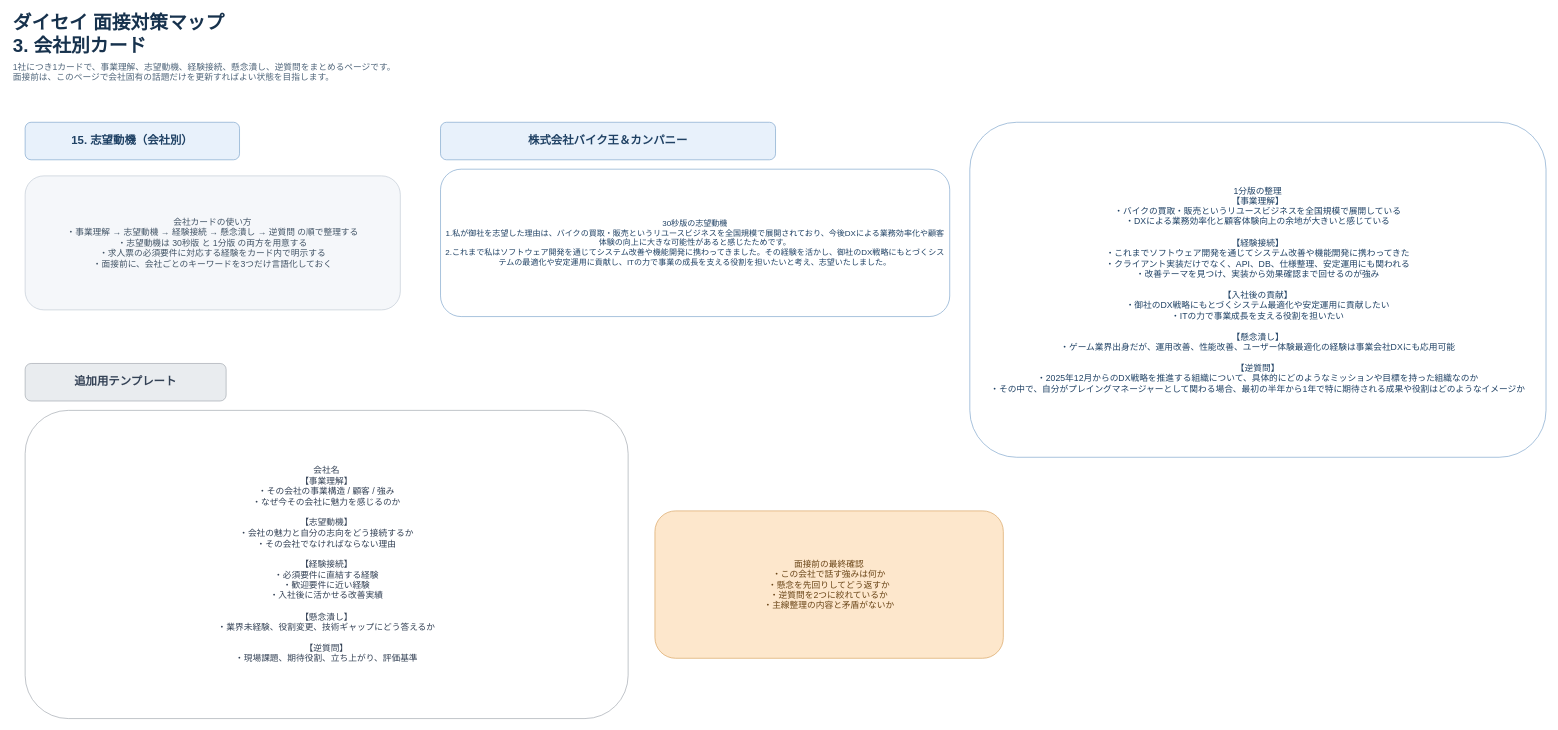
bodacheng/ForInterview keeps this draw.io diagram as page "3. 会社別カード" (3 of 4) of interview-prep-structure.drawio. Above is the earlier version. Source tidied: cells renumbered, new cells numbered last; positions are measured from the earlier drawing's top-left corner, leaving out a move shared by most shapes. Both pictures are drawn from the tidied source at 67%, with x=0, y=0 at pixel (11, 15).
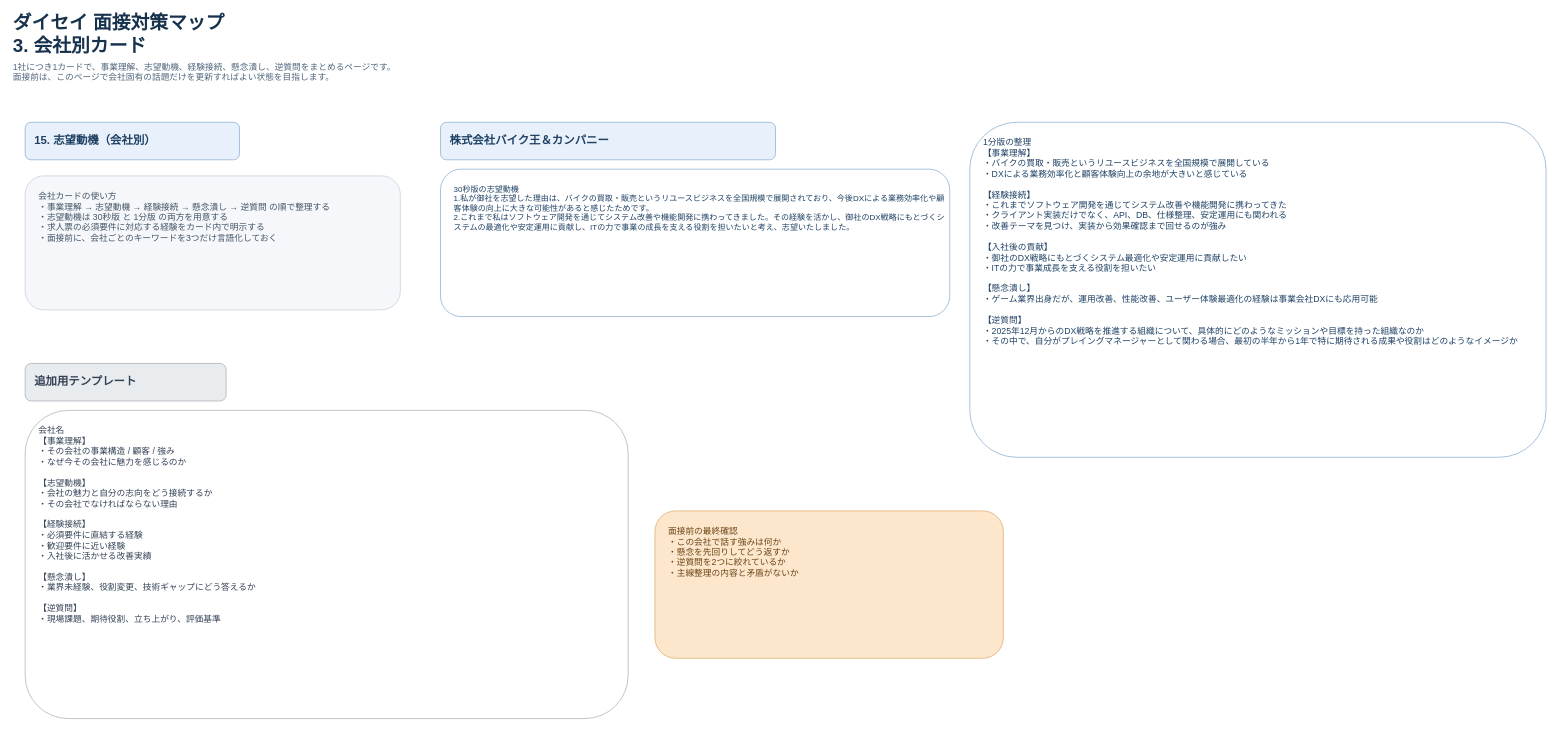
The same diagram, later.

Diff of the diagram source:
```diff
@@
 <mxGraphModel>
   <root>
     <mxCell id="0" />
     <mxCell id="1" parent="0" />
     <mxCell id="2" value="ダイセイ 面接対策マップ&#10;3. 会社別カード" style="text;html=1;strokeColor=none;fillColor=none;align=left;verticalAlign=middle;whiteSpace=wrap;rounded=0;fontSize=28;fontStyle=1;fontColor=#17324D;" parent="1" vertex="1">
       <mxGeometry width="760" height="56" as="geometry" />
     </mxCell>
     <mxCell id="3" value="1社につき1カードで、事業理解、志望動機、経験接続、懸念潰し、逆質問をまとめるページです。&#10;面接前は、このページで会社固有の話題だけを更新すればよい状態を目指します。" style="text;html=1;strokeColor=none;fillColor=none;align=left;verticalAlign=middle;whiteSpace=wrap;rounded=0;fontSize=13;fontColor=#4F657A;" parent="1" vertex="1">
       <mxGeometry y="60" width="1200" height="50" as="geometry" />
     </mxCell>
-    <mxCell id="4" value="15. 志望動機（会社別）" style="rounded=1;whiteSpace=wrap;html=1;fillColor=#E8F1FB;strokeColor=#7EA5CC;fontStyle=1;fontSize=17;fontColor=#1F4164;arcSize=16;" parent="1" vertex="1">
+    <mxCell id="4" value="15. 志望動機（会社別）" style="rounded=1;whiteSpace=wrap;html=1;align=left;verticalAlign=middle;spacingLeft=12;fillColor=#E8F1FB;strokeColor=#7EA5CC;fontStyle=1;fontSize=17;fontColor=#1F4164;arcSize=16;" parent="1" vertex="1">
       <mxGeometry x="20" y="160" width="320" height="56" as="geometry" />
     </mxCell>
-    <mxCell id="5" value="会社カードの使い方&#10;・事業理解 → 志望動機 → 経験接続 → 懸念潰し → 逆質問 の順で整理する&#10;・志望動機は 30秒版 と 1分版 の両方を用意する&#10;・求人票の必須要件に対応する経験をカード内で明示する&#10;・面接前に、会社ごとのキーワードを3つだけ言語化しておく" style="rounded=1;whiteSpace=wrap;html=1;fillColor=#F5F7FA;strokeColor=#C2CBD6;fontSize=13;fontColor=#425466;spacing=8;arcSize=14;" parent="1" vertex="1">
+    <mxCell id="5" value="会社カードの使い方&#10;・事業理解 → 志望動機 → 経験接続 → 懸念潰し → 逆質問 の順で整理する&#10;・志望動機は 30秒版 と 1分版 の両方を用意する&#10;・求人票の必須要件に対応する経験をカード内で明示する&#10;・面接前に、会社ごとのキーワードを3つだけ言語化しておく" style="rounded=1;whiteSpace=wrap;html=1;align=left;verticalAlign=top;spacing=8;spacingLeft=12;spacingTop=10;fillColor=#F5F7FA;strokeColor=#C2CBD6;fontSize=13;fontColor=#425466;arcSize=14;" parent="1" vertex="1">
       <mxGeometry x="20" y="240" width="560" height="200" as="geometry" />
     </mxCell>
-    <mxCell id="6" value="株式会社バイク王＆カンパニー" style="rounded=1;whiteSpace=wrap;html=1;fillColor=#E8F1FB;strokeColor=#7EA5CC;fontStyle=1;fontSize=17;fontColor=#1F4164;arcSize=16;" parent="1" vertex="1">
+    <mxCell id="6" value="株式会社バイク王＆カンパニー" style="rounded=1;whiteSpace=wrap;html=1;align=left;verticalAlign=middle;spacingLeft=12;fillColor=#E8F1FB;strokeColor=#7EA5CC;fontStyle=1;fontSize=17;fontColor=#1F4164;arcSize=16;" parent="1" vertex="1">
       <mxGeometry x="640" y="160" width="500" height="56" as="geometry" />
     </mxCell>
-    <mxCell id="7" value="30秒版の志望動機&lt;br&gt;1.私が御社を志望した理由は、バイクの買取・販売というリユースビジネスを全国規模で展開されており、今後DXによる業務効率化や顧客体験の向上に大きな可能性があると感じたためです。&lt;div&gt;2.これまで私はソフトウェア開発を通じてシステム改善や機能開発に携わってきました。その経験を活かし、御社のDX戦略にもとづくシステムの最適化や安定運用に貢献し、ITの力で事業の成長を支える役割を担いたいと考え、志望いたしました。&lt;/div&gt;" style="rounded=1;whiteSpace=wrap;html=1;fillColor=#FFFFFF;strokeColor=#7EA5CC;fontSize=12;fontColor=#1F4164;spacing=8;arcSize=14;" parent="1" vertex="1">
+    <mxCell id="7" value="30秒版の志望動機&lt;br&gt;1.私が御社を志望した理由は、バイクの買取・販売というリユースビジネスを全国規模で展開されており、今後DXによる業務効率化や顧客体験の向上に大きな可能性があると感じたためです。&lt;div&gt;2.これまで私はソフトウェア開発を通じてシステム改善や機能開発に携わってきました。その経験を活かし、御社のDX戦略にもとづくシステムの最適化や安定運用に貢献し、ITの力で事業の成長を支える役割を担いたいと考え、志望いたしました。&lt;/div&gt;" style="rounded=1;whiteSpace=wrap;html=1;align=left;verticalAlign=top;spacing=8;spacingLeft=12;spacingTop=10;fillColor=#FFFFFF;strokeColor=#7EA5CC;fontSize=12;fontColor=#1F4164;arcSize=14;" parent="1" vertex="1">
       <mxGeometry x="640" y="230" width="760" height="220" as="geometry" />
     </mxCell>
-    <mxCell id="8" value="1分版の整理&#10;【事業理解】&#10;・バイクの買取・販売というリユースビジネスを全国規模で展開している&#10;・DXによる業務効率化と顧客体験向上の余地が大きいと感じている&#10;&#10;【経験接続】&#10;・これまでソフトウェア開発を通じてシステム改善や機能開発に携わってきた&#10;・クライアント実装だけでなく、API、DB、仕様整理、安定運用にも関われる&#10;・改善テーマを見つけ、実装から効果確認まで回せるのが強み&#10;&#10;【入社後の貢献】&#10;・御社のDX戦略にもとづくシステム最適化や安定運用に貢献したい&#10;・ITの力で事業成長を支える役割を担いたい&#10;&#10;【懸念潰し】&#10;・ゲーム業界出身だが、運用改善、性能改善、ユーザー体験最適化の経験は事業会社DXにも応用可能&#10;&#10;【逆質問】&#10;・2025年12月からのDX戦略を推進する組織について、具体的にどのようなミッションや目標を持った組織なのか&#10;・その中で、自分がプレイングマネージャーとして関わる場合、最初の半年から1年で特に期待される成果や役割はどのようなイメージか" style="rounded=1;whiteSpace=wrap;html=1;fillColor=#FFFFFF;strokeColor=#7EA5CC;fontSize=13;fontColor=#1F4164;spacing=8;arcSize=14;" parent="1" vertex="1">
+    <mxCell id="8" value="1分版の整理&#10;【事業理解】&#10;・バイクの買取・販売というリユースビジネスを全国規模で展開している&#10;・DXによる業務効率化と顧客体験向上の余地が大きいと感じている&#10;&#10;【経験接続】&#10;・これまでソフトウェア開発を通じてシステム改善や機能開発に携わってきた&#10;・クライアント実装だけでなく、API、DB、仕様整理、安定運用にも関われる&#10;・改善テーマを見つけ、実装から効果確認まで回せるのが強み&#10;&#10;【入社後の貢献】&#10;・御社のDX戦略にもとづくシステム最適化や安定運用に貢献したい&#10;・ITの力で事業成長を支える役割を担いたい&#10;&#10;【懸念潰し】&#10;・ゲーム業界出身だが、運用改善、性能改善、ユーザー体験最適化の経験は事業会社DXにも応用可能&#10;&#10;【逆質問】&#10;・2025年12月からのDX戦略を推進する組織について、具体的にどのようなミッションや目標を持った組織なのか&#10;・その中で、自分がプレイングマネージャーとして関わる場合、最初の半年から1年で特に期待される成果や役割はどのようなイメージか" style="rounded=1;whiteSpace=wrap;html=1;align=left;verticalAlign=top;spacing=8;spacingLeft=12;spacingTop=10;fillColor=#FFFFFF;strokeColor=#7EA5CC;fontSize=13;fontColor=#1F4164;arcSize=14;" parent="1" vertex="1">
       <mxGeometry x="1430" y="160" width="860" height="500" as="geometry" />
     </mxCell>
-    <mxCell id="9" value="追加用テンプレート" style="rounded=1;whiteSpace=wrap;html=1;fillColor=#E9ECEF;strokeColor=#A2A9B0;fontStyle=1;fontSize=17;fontColor=#334155;arcSize=16;" parent="1" vertex="1">
+    <mxCell id="9" value="追加用テンプレート" style="rounded=1;whiteSpace=wrap;html=1;align=left;verticalAlign=middle;spacingLeft=12;fillColor=#E9ECEF;strokeColor=#A2A9B0;fontStyle=1;fontSize=17;fontColor=#334155;arcSize=16;" parent="1" vertex="1">
       <mxGeometry x="20" y="520" width="300" height="56" as="geometry" />
     </mxCell>
-    <mxCell id="10" value="会社名&#10;【事業理解】&#10;・その会社の事業構造 / 顧客 / 強み&#10;・なぜ今その会社に魅力を感じるのか&#10;&#10;【志望動機】&#10;・会社の魅力と自分の志向をどう接続するか&#10;・その会社でなければならない理由&#10;&#10;【経験接続】&#10;・必須要件に直結する経験&#10;・歓迎要件に近い経験&#10;・入社後に活かせる改善実績&#10;&#10;【懸念潰し】&#10;・業界未経験、役割変更、技術ギャップにどう答えるか&#10;&#10;【逆質問】&#10;・現場課題、期待役割、立ち上がり、評価基準" style="rounded=1;whiteSpace=wrap;html=1;fillColor=#FFFFFF;strokeColor=#A2A9B0;fontSize=13;fontColor=#334155;spacing=8;arcSize=14;" parent="1" vertex="1">
+    <mxCell id="10" value="会社名&#10;【事業理解】&#10;・その会社の事業構造 / 顧客 / 強み&#10;・なぜ今その会社に魅力を感じるのか&#10;&#10;【志望動機】&#10;・会社の魅力と自分の志向をどう接続するか&#10;・その会社でなければならない理由&#10;&#10;【経験接続】&#10;・必須要件に直結する経験&#10;・歓迎要件に近い経験&#10;・入社後に活かせる改善実績&#10;&#10;【懸念潰し】&#10;・業界未経験、役割変更、技術ギャップにどう答えるか&#10;&#10;【逆質問】&#10;・現場課題、期待役割、立ち上がり、評価基準" style="rounded=1;whiteSpace=wrap;html=1;align=left;verticalAlign=top;spacing=8;spacingLeft=12;spacingTop=10;fillColor=#FFFFFF;strokeColor=#A2A9B0;fontSize=13;fontColor=#334155;arcSize=14;" parent="1" vertex="1">
       <mxGeometry x="20" y="590" width="900" height="460" as="geometry" />
     </mxCell>
-    <mxCell id="11" value="面接前の最終確認&#10;・この会社で話す強みは何か&#10;・懸念を先回りしてどう返すか&#10;・逆質問を2つに絞れているか&#10;・主線整理の内容と矛盾がないか" style="rounded=1;whiteSpace=wrap;html=1;fillColor=#FDE7CC;strokeColor=#D9A25F;fontSize=13;fontColor=#6A4517;spacing=8;arcSize=14;" parent="1" vertex="1">
+    <mxCell id="11" value="面接前の最終確認&#10;・この会社で話す強みは何か&#10;・懸念を先回りしてどう返すか&#10;・逆質問を2つに絞れているか&#10;・主線整理の内容と矛盾がないか" style="rounded=1;whiteSpace=wrap;html=1;align=left;verticalAlign=top;spacing=8;spacingLeft=12;spacingTop=10;fillColor=#FDE7CC;strokeColor=#D9A25F;fontSize=13;fontColor=#6A4517;arcSize=14;" parent="1" vertex="1">
       <mxGeometry x="960" y="740" width="520" height="220" as="geometry" />
     </mxCell>
   </root>
 </mxGraphModel>
```
